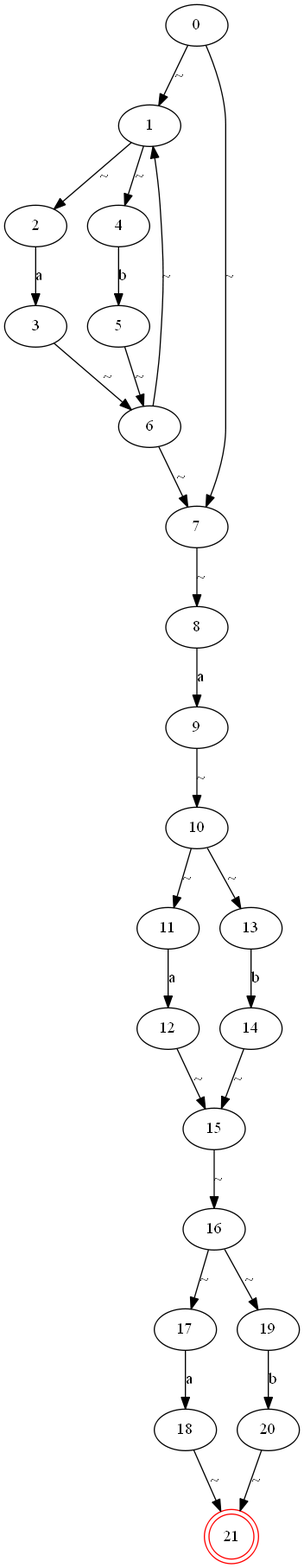
JameyWoo/re2graph keeps this Graphviz diagram as image/test_nfa.png. Above is the earlier version. Its source is kept beside it as tmp/test_nfa.dot.
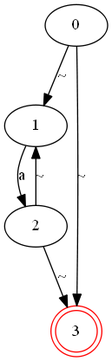
The same file after the commit.

Diff of the diagram source:
```diff
@@ -2,49 +2,10 @@
 	0 [label="0"]
 	1 [label="1"]
 	2 [label="2"]
-	3 [label="3"]
-	4 [label="4"]
-	5 [label="5"]
-	6 [label="6"]
-	7 [label="7"]
-	8 [label="8"]
-	9 [label="9"]
-	10 [label="10"]
-	11 [label="11"]
-	12 [label="12"]
-	13 [label="13"]
-	14 [label="14"]
-	15 [label="15"]
-	16 [label="16"]
-	17 [label="17"]
-	18 [label="18"]
-	19 [label="19"]
-	20 [label="20"]
-	21 [label="21" color=red shape=doublecircle]
+	3 [label="3" color=red shape=doublecircle]
 	0 -> 1 [label="~"]
-	0 -> 7 [label="~"]
-	1 -> 2 [label="~"]
-	1 -> 4 [label="~"]
-	2 -> 3 [label="a"]
-	3 -> 6 [label="~"]
-	4 -> 5 [label="b"]
-	5 -> 6 [label="~"]
-	6 -> 1 [label="~"]
-	6 -> 7 [label="~"]
-	7 -> 8 [label="~"]
-	8 -> 9 [label="a"]
-	9 -> 10 [label="~"]
-	10 -> 11 [label="~"]
-	10 -> 13 [label="~"]
-	11 -> 12 [label="a"]
-	12 -> 15 [label="~"]
-	13 -> 14 [label="b"]
-	14 -> 15 [label="~"]
-	15 -> 16 [label="~"]
-	16 -> 17 [label="~"]
-	16 -> 19 [label="~"]
-	17 -> 18 [label="a"]
-	18 -> 21 [label="~"]
-	19 -> 20 [label="b"]
-	20 -> 21 [label="~"]
+	0 -> 3 [label="~"]
+	1 -> 2 [label="a"]
+	2 -> 1 [label="~"]
+	2 -> 3 [label="~"]
 }
```
